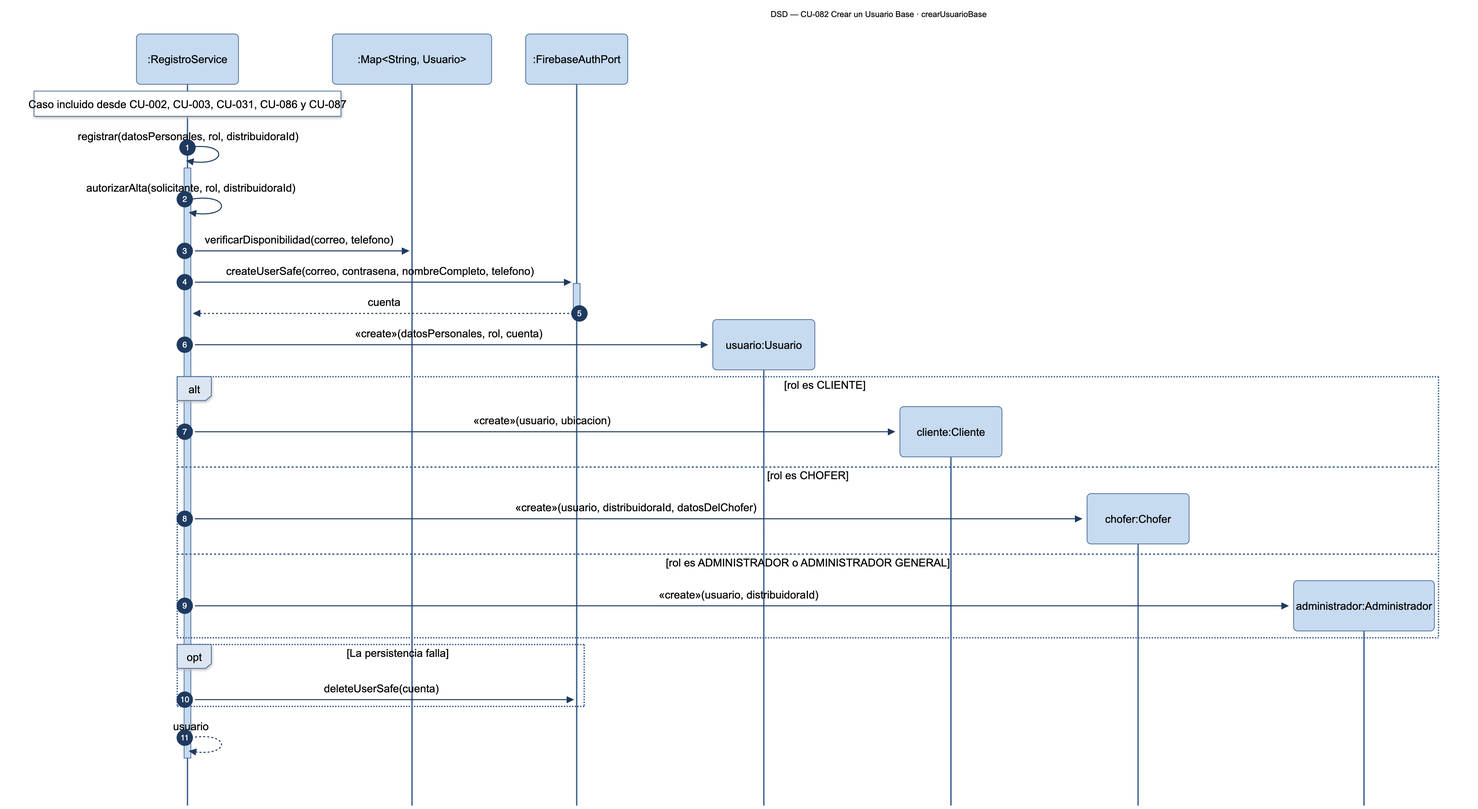
Before: diagramas/png/DSD_CU-082_crearUsuarioBase.png, a diagram exported from Mermaid (Nahuelito-Dev/splg-docs). Its source is kept beside it as diagramas/DSD_CU-082_crearUsuarioBase.mmd.
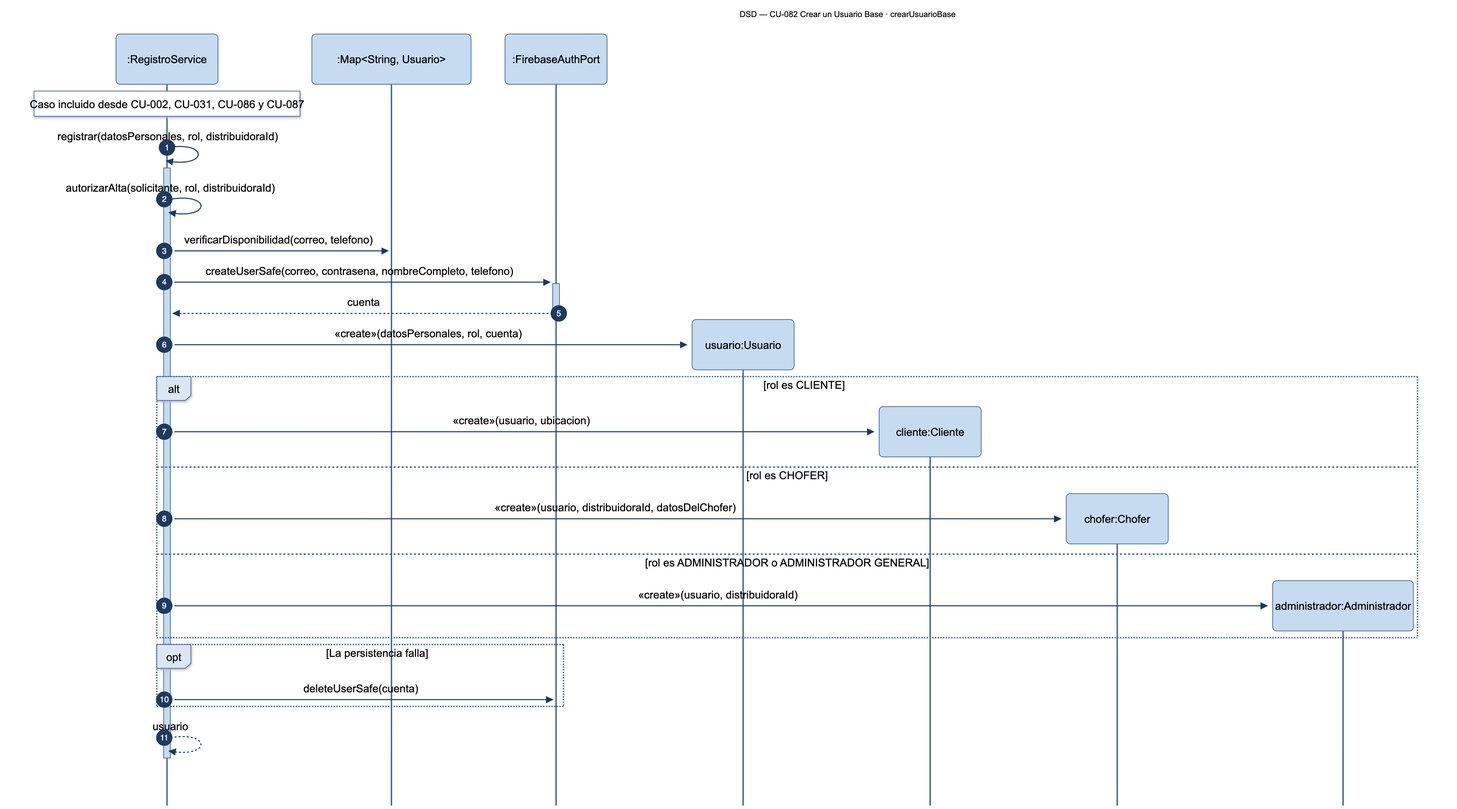
Later version of the same file.

Diff of the diagram source:
```diff
@@ -5,7 +5,7 @@
     participant COL as :Map#lt;String, Usuario#gt;
     participant FBA as :FirebaseAuthPort
 
-    Note over SRV: Caso incluido desde CU-002, CU-003, CU-031, CU-086 y CU-087
+    Note over SRV: Caso incluido desde CU-002, CU-031, CU-086 y CU-087
     SRV->>+SRV: registrar(datosPersonales, rol, distribuidoraId)
     SRV->>SRV: autorizarAlta(solicitante, rol, distribuidoraId)
     SRV->>COL: verificarDisponibilidad(correo, telefono)
```
